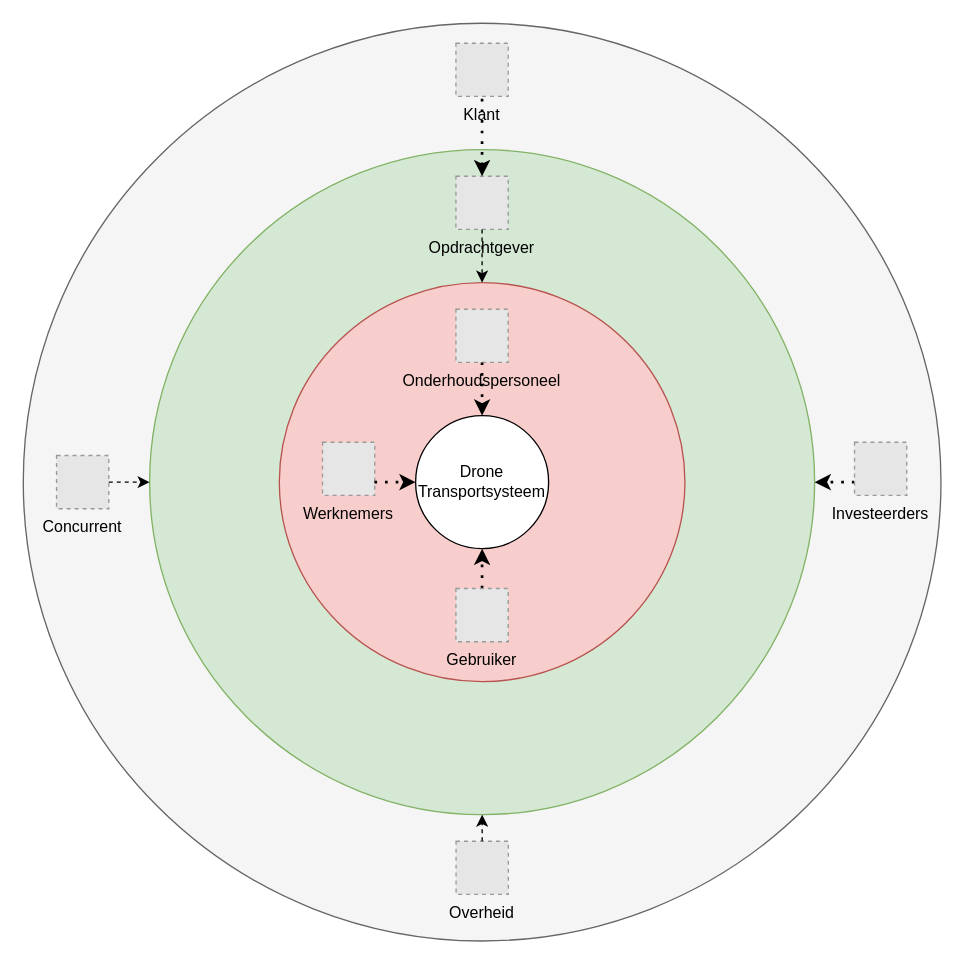
Above: Stakeholders/draw.io/onion.drawio in ASCanak/SysEn (draw.io), before the change. Source tidied: cells renumbered, new cells numbered last; positions are measured from the earlier drawing's top-left corner, leaving out a move shared by most shapes. Both pictures are drawn from the tidied source at 133%, with x=0, y=0 at pixel (23, 23). Pictures stored in the file or linked from it are replaced by grey dashed boxes.
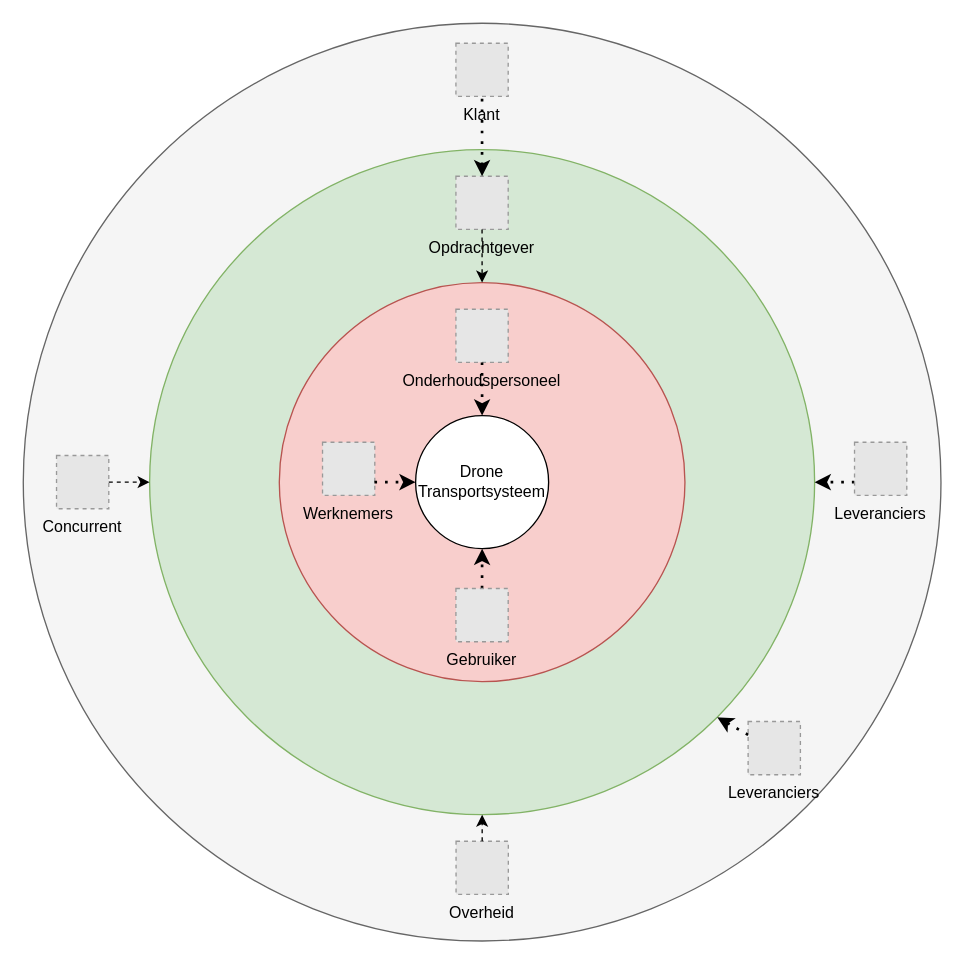
Above is the later version.

Unchanged cells that the change refers to:
```xml
<mxCell id="3" style="ellipse;whiteSpace=wrap;html=1;fillColor=#d5e8d4;strokeColor=#82b366;" parent="1" vertex="1">
  <mxGeometry x="95" y="95" width="500" height="500" as="geometry" />
</mxCell>
```

What changed in the source:
```diff
@@
-    <mxCell id="13" value="Investeerders" style="fillColor=#E6E6E6;strokeColor=#999999;dashed=1;verticalLabelPosition=bottom;labelBackgroundColor=none;verticalAlign=top;" parent="1" vertex="1">
+    <mxCell id="13" value="Leveranciers" style="fillColor=#E6E6E6;strokeColor=#999999;dashed=1;verticalLabelPosition=bottom;labelBackgroundColor=none;verticalAlign=top;" parent="1" vertex="1">
       <mxGeometry x="625" y="315" width="39.3" height="40" as="geometry" />
     </mxCell>
@@
+    <mxCell id="22" value="Leveranciers" style="fillColor=#E6E6E6;strokeColor=#999999;dashed=1;verticalLabelPosition=bottom;labelBackgroundColor=none;verticalAlign=top;" parent="1" vertex="1">
+      <mxGeometry x="545" y="525" width="39.3" height="40" as="geometry" />
+    </mxCell>
+    <mxCell id="23" style="endArrow=classic;dashed=1;html=1;dashPattern=1 3;strokeWidth=2;exitX=0;exitY=0.25;exitDx=0;exitDy=0;entryX=1;entryY=1;entryDx=0;entryDy=0;endFill=1;" parent="1" edge="1" source="22" target="3">
+      <mxGeometry relative="1" as="geometry" />
+    </mxCell>
```
